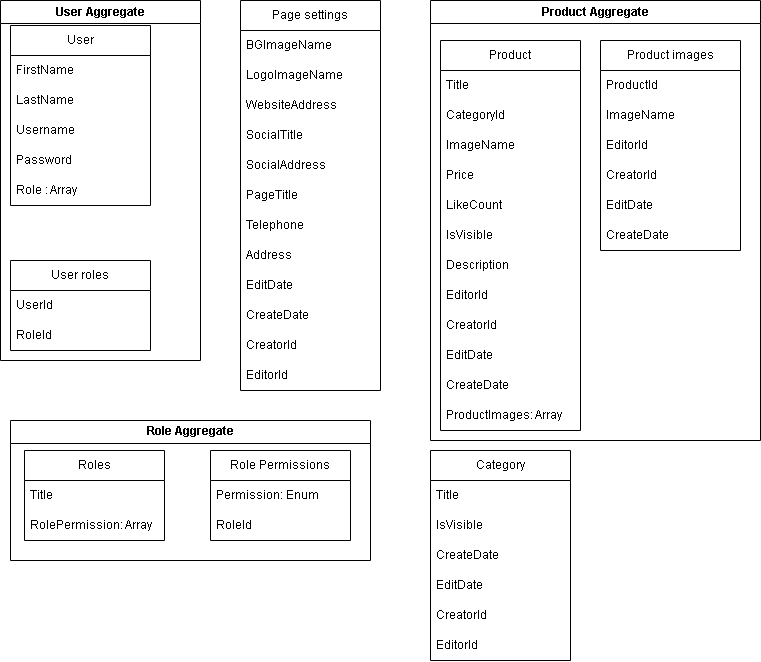
Before: DigiMenu.Diagram/ClassDiagram.png, a diagram exported from draw.io (mostafa-rezaee/Digital-Menu). Source tidied: cells renumbered, new cells last; positions are measured from the earlier drawing's top-left corner, leaving out a move shared by most shapes.
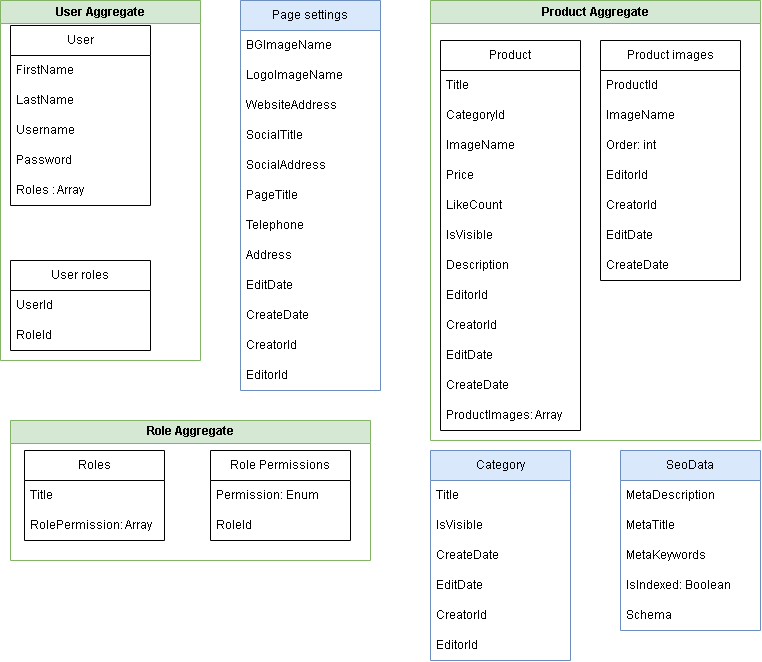
The same file after the commit.

Diff of the diagram source:
```diff
@@ -2,7 +2,7 @@
   <root>
     <mxCell id="0" />
     <mxCell id="1" parent="0" />
-    <mxCell id="2" value="Category" style="swimlane;fontStyle=0;horizontal=1;startSize=30;whiteSpace=wrap;html=1;" parent="1" vertex="1">
+    <mxCell id="2" value="Category" style="swimlane;fontStyle=0;horizontal=1;startSize=30;whiteSpace=wrap;html=1;fillColor=#dae8fc;strokeColor=#6c8ebf;" parent="1" vertex="1">
       <mxGeometry x="430" y="450" width="140" height="210" as="geometry" />
     </mxCell>
     <mxCell id="3" value="Title" style="text;strokeColor=none;fillColor=none;align=left;verticalAlign=middle;spacingLeft=4;spacingRight=4;overflow=hidden;whiteSpace=wrap;html=1;" parent="2" vertex="1">
@@ -23,7 +23,7 @@
     <mxCell id="8" value="EditorId" style="text;strokeColor=none;fillColor=none;align=left;verticalAlign=middle;spacingLeft=4;spacingRight=4;overflow=hidden;whiteSpace=wrap;html=1;" parent="2" vertex="1">
       <mxGeometry y="180" width="140" height="30" as="geometry" />
     </mxCell>
-    <mxCell id="9" value="Page settings" style="swimlane;fontStyle=0;horizontal=1;startSize=30;whiteSpace=wrap;html=1;" parent="1" vertex="1">
+    <mxCell id="9" value="Page settings" style="swimlane;fontStyle=0;horizontal=1;startSize=30;whiteSpace=wrap;html=1;fillColor=#dae8fc;strokeColor=#6c8ebf;" parent="1" vertex="1">
       <mxGeometry x="240" width="140" height="390" as="geometry" />
     </mxCell>
     <mxCell id="10" value="BGImageName" style="text;strokeColor=none;fillColor=none;align=left;verticalAlign=middle;spacingLeft=4;spacingRight=4;overflow=hidden;whiteSpace=wrap;html=1;" parent="9" vertex="1">
@@ -62,7 +62,7 @@
     <mxCell id="21" value="EditorId" style="text;strokeColor=none;fillColor=none;align=left;verticalAlign=middle;spacingLeft=4;spacingRight=4;overflow=hidden;whiteSpace=wrap;html=1;" parent="9" vertex="1">
       <mxGeometry y="360" width="140" height="30" as="geometry" />
     </mxCell>
-    <mxCell id="22" value="User Aggregate" style="swimlane;whiteSpace=wrap;html=1;" parent="1" vertex="1">
+    <mxCell id="22" value="User Aggregate" style="swimlane;whiteSpace=wrap;html=1;fillColor=#d5e8d4;strokeColor=#82b366;" parent="1" vertex="1">
       <mxGeometry width="200" height="360" as="geometry" />
     </mxCell>
     <mxCell id="23" value="User" style="swimlane;fontStyle=0;horizontal=1;startSize=30;whiteSpace=wrap;html=1;" parent="22" vertex="1">
@@ -80,7 +80,7 @@
     <mxCell id="27" value="Password" style="text;strokeColor=none;fillColor=none;align=left;verticalAlign=middle;spacingLeft=4;spacingRight=4;overflow=hidden;whiteSpace=wrap;html=1;" parent="23" vertex="1">
       <mxGeometry y="120" width="140" height="30" as="geometry" />
     </mxCell>
-    <mxCell id="28" value="Role : Array" style="text;strokeColor=none;fillColor=none;align=left;verticalAlign=middle;spacingLeft=4;spacingRight=4;overflow=hidden;whiteSpace=wrap;html=1;" parent="23" vertex="1">
+    <mxCell id="28" value="Roles : Array" style="text;strokeColor=none;fillColor=none;align=left;verticalAlign=middle;spacingLeft=4;spacingRight=4;overflow=hidden;whiteSpace=wrap;html=1;" parent="23" vertex="1">
       <mxGeometry y="150" width="140" height="30" as="geometry" />
     </mxCell>
     <mxCell id="29" value="User roles" style="swimlane;fontStyle=0;horizontal=1;startSize=30;whiteSpace=wrap;html=1;" parent="22" vertex="1">
@@ -92,7 +92,7 @@
     <mxCell id="31" value="RoleId" style="text;strokeColor=none;fillColor=none;align=left;verticalAlign=middle;spacingLeft=4;spacingRight=4;overflow=hidden;whiteSpace=wrap;html=1;" parent="29" vertex="1">
       <mxGeometry y="60" width="140" height="30" as="geometry" />
     </mxCell>
-    <mxCell id="32" value="Product Aggregate" style="swimlane;whiteSpace=wrap;html=1;startSize=23;" parent="1" vertex="1">
+    <mxCell id="32" value="Product Aggregate" style="swimlane;whiteSpace=wrap;html=1;startSize=23;fillColor=#d5e8d4;strokeColor=#82b366;" parent="1" vertex="1">
       <mxGeometry x="430" width="330" height="440" as="geometry" />
     </mxCell>
     <mxCell id="33" value="Product" style="swimlane;fontStyle=0;horizontal=1;startSize=30;whiteSpace=wrap;html=1;" parent="32" vertex="1">
@@ -135,7 +135,7 @@
       <mxGeometry y="360" width="140" height="30" as="geometry" />
     </mxCell>
     <mxCell id="46" value="Product images" style="swimlane;fontStyle=0;horizontal=1;startSize=30;whiteSpace=wrap;html=1;" parent="32" vertex="1">
-      <mxGeometry x="170" y="40" width="140" height="210" as="geometry" />
+      <mxGeometry x="170" y="40" width="140" height="240" as="geometry" />
     </mxCell>
     <mxCell id="47" value="ProductId" style="text;strokeColor=none;fillColor=none;align=left;verticalAlign=middle;spacingLeft=4;spacingRight=4;overflow=hidden;whiteSpace=wrap;html=1;" parent="46" vertex="1">
       <mxGeometry y="30" width="140" height="30" as="geometry" />
@@ -143,19 +143,22 @@
     <mxCell id="48" value="ImageName" style="text;strokeColor=none;fillColor=none;align=left;verticalAlign=middle;spacingLeft=4;spacingRight=4;overflow=hidden;whiteSpace=wrap;html=1;" parent="46" vertex="1">
       <mxGeometry y="60" width="140" height="30" as="geometry" />
     </mxCell>
+    <mxCell id="60" value="Order: int" style="text;strokeColor=none;fillColor=none;align=left;verticalAlign=middle;spacingLeft=4;spacingRight=4;overflow=hidden;whiteSpace=wrap;html=1;" parent="46" vertex="1">
+      <mxGeometry y="90" width="140" height="30" as="geometry" />
+    </mxCell>
     <mxCell id="49" value="EditorId" style="text;strokeColor=none;fillColor=none;align=left;verticalAlign=middle;spacingLeft=4;spacingRight=4;overflow=hidden;whiteSpace=wrap;html=1;" parent="46" vertex="1">
-      <mxGeometry y="90" width="140" height="30" as="geometry" />
+      <mxGeometry y="120" width="140" height="30" as="geometry" />
     </mxCell>
     <mxCell id="50" value="CreatorId" style="text;strokeColor=none;fillColor=none;align=left;verticalAlign=middle;spacingLeft=4;spacingRight=4;overflow=hidden;whiteSpace=wrap;html=1;" parent="46" vertex="1">
-      <mxGeometry y="120" width="140" height="30" as="geometry" />
+      <mxGeometry y="150" width="140" height="30" as="geometry" />
     </mxCell>
     <mxCell id="51" value="EditDate" style="text;strokeColor=none;fillColor=none;align=left;verticalAlign=middle;spacingLeft=4;spacingRight=4;overflow=hidden;whiteSpace=wrap;html=1;" parent="46" vertex="1">
-      <mxGeometry y="150" width="140" height="30" as="geometry" />
+      <mxGeometry y="180" width="140" height="30" as="geometry" />
     </mxCell>
     <mxCell id="52" value="CreateDate" style="text;strokeColor=none;fillColor=none;align=left;verticalAlign=middle;spacingLeft=4;spacingRight=4;overflow=hidden;whiteSpace=wrap;html=1;" parent="46" vertex="1">
-      <mxGeometry y="180" width="140" height="30" as="geometry" />
+      <mxGeometry y="210" width="140" height="30" as="geometry" />
     </mxCell>
-    <mxCell id="53" value="Role Aggregate" style="swimlane;whiteSpace=wrap;html=1;" parent="1" vertex="1">
+    <mxCell id="53" value="Role Aggregate" style="swimlane;whiteSpace=wrap;html=1;fillColor=#d5e8d4;strokeColor=#82b366;" parent="1" vertex="1">
       <mxGeometry x="10" y="420" width="360" height="140" as="geometry" />
     </mxCell>
     <mxCell id="54" value="Role Permissions" style="swimlane;fontStyle=0;horizontal=1;startSize=30;whiteSpace=wrap;html=1;" parent="53" vertex="1">
@@ -176,5 +179,26 @@
     <mxCell id="59" value="RolePermission: Array" style="text;strokeColor=none;fillColor=none;align=left;verticalAlign=middle;spacingLeft=4;spacingRight=4;overflow=hidden;whiteSpace=wrap;html=1;" parent="57" vertex="1">
       <mxGeometry y="60" width="140" height="30" as="geometry" />
     </mxCell>
+    <mxCell id="61" value="SeoData" style="swimlane;fontStyle=0;horizontal=1;startSize=30;whiteSpace=wrap;html=1;fillColor=#dae8fc;strokeColor=#6c8ebf;" parent="1" vertex="1">
+      <mxGeometry x="620" y="450" width="140" height="180" as="geometry" />
+    </mxCell>
+    <mxCell id="62" value="MetaDescription" style="text;strokeColor=none;fillColor=none;align=left;verticalAlign=middle;spacingLeft=4;spacingRight=4;overflow=hidden;whiteSpace=wrap;html=1;" parent="61" vertex="1">
+      <mxGeometry y="30" width="140" height="30" as="geometry" />
+    </mxCell>
+    <mxCell id="63" value="MetaTitle" style="text;strokeColor=none;fillColor=none;align=left;verticalAlign=middle;spacingLeft=4;spacingRight=4;overflow=hidden;whiteSpace=wrap;html=1;" parent="61" vertex="1">
+      <mxGeometry y="60" width="140" height="30" as="geometry" />
+    </mxCell>
+    <mxCell id="64" value="MetaKeywords" style="text;strokeColor=none;fillColor=none;align=left;verticalAlign=middle;spacingLeft=4;spacingRight=4;overflow=hidden;whiteSpace=wrap;html=1;" parent="61" vertex="1">
+      <mxGeometry y="90" width="140" height="30" as="geometry" />
+    </mxCell>
+    <mxCell id="65" value="IsIndexed: Boolean" style="text;strokeColor=none;fillColor=none;align=left;verticalAlign=middle;spacingLeft=4;spacingRight=4;overflow=hidden;whiteSpace=wrap;html=1;" parent="61" vertex="1">
+      <mxGeometry y="120" width="140" height="30" as="geometry" />
+    </mxCell>
+    <mxCell id="66" value="Schema" style="text;strokeColor=none;fillColor=none;align=left;verticalAlign=middle;spacingLeft=4;spacingRight=4;overflow=hidden;whiteSpace=wrap;html=1;" parent="61" vertex="1">
+      <mxGeometry y="150" width="140" height="30" as="geometry" />
+    </mxCell>
+    <mxCell id="67" value="MetaKeywords" style="text;strokeColor=none;fillColor=none;align=left;verticalAlign=middle;spacingLeft=4;spacingRight=4;overflow=hidden;whiteSpace=wrap;html=1;" parent="1" vertex="1">
+      <mxGeometry x="620" y="540" width="140" height="30" as="geometry" />
+    </mxCell>
   </root>
 </mxGraphModel>
```
